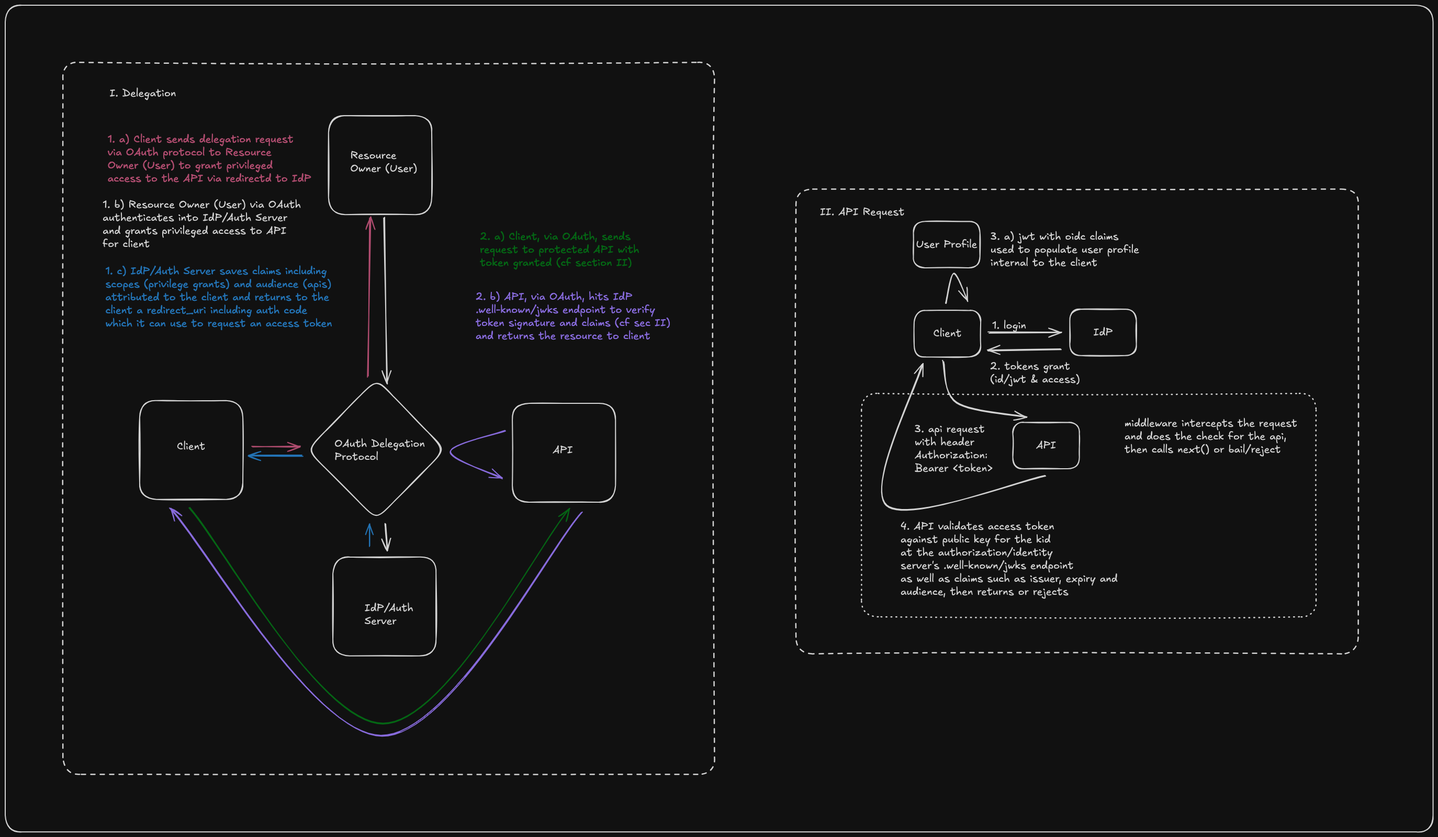
Above: media/oauth.png in bronifty/auth (Excalidraw), before the change. Source tidied: one line per element, renumbered; positions are measured from the earlier drawing's top-left corner, leaving out a move shared by most shapes.
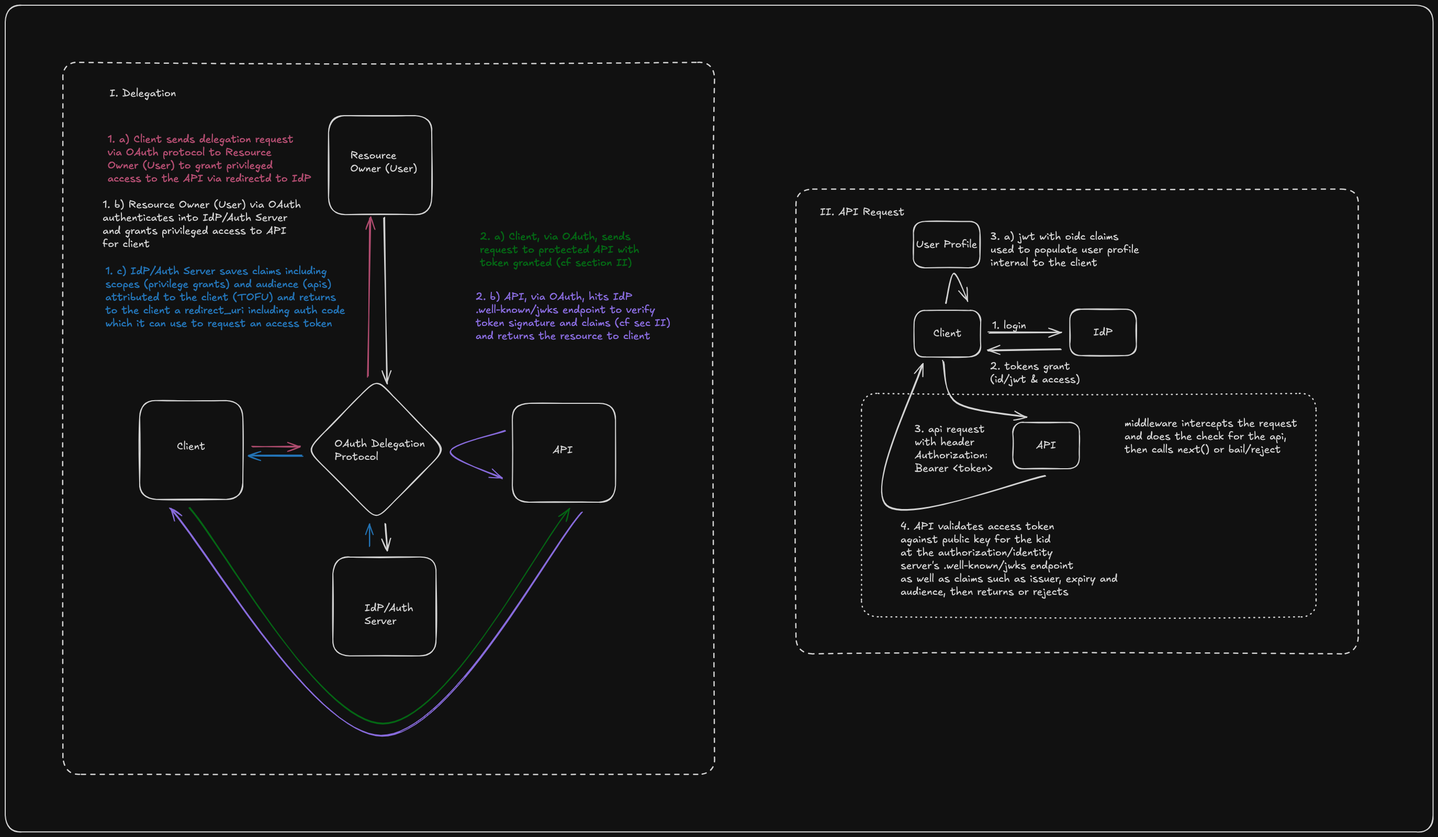
Above is the later version.

Diff of the diagram source:
```diff
@@ -42,7 +42,7 @@
 {"id": 41, "type": "arrow", "strokeColor": "#9775fa", "strokeWidth": 2, "roughness": 1, "endArrowhead": "arrow", "round": true, "from": 27, "to": 23, "x": 1102, "y": 970, "width": 787, "height": 433, "points": [[0, 0], [-383, 426], [-787, -7]]}
 {"id": 42, "type": "text", "text": "1. a) Client sends delegation request\nvia OAuth protocol to Resource\nOwner (User) to grant privileged \naccess to the API via redirectd to IdP", "strokeColor": "#f783ac", "strokeWidth": 2, "roughness": 1, "fontSize": 20, "fontFamily": 5, "x": 196, "y": 245, "width": 389, "height": 100}
 {"id": 43, "type": "text", "text": "1. b) Resource Owner (User) via OAuth\nauthenticates into IdP/Auth Server\nand grants privileged access to API\nfor client", "strokeColor": "#1e1e1e", "strokeWidth": 2, "roughness": 1, "fontSize": 20, "fontFamily": 5, "x": 186, "y": 369, "width": 379, "height": 100}
-{"id": 44, "type": "text", "text": "1. c) IdP/Auth Server saves claims including \nscopes (privilege grants) and audience (apis) \nattributed to the client and returns to the \nclient a redirect_uri including auth code \nwhich it can use to request an access token \n", "strokeColor": "#4dabf7", "strokeWidth": 2, "roughness": 1, "fontSize": 20, "fontFamily": 5, "x": 191, "y": 496, "width": 441, "height": 150}
+{"id": 44, "type": "text", "text": "1. c) IdP/Auth Server saves claims including \nscopes (privilege grants) and audience (apis) \nattributed to the client (TOFU) and returns \nto the client a redirect_uri including auth code \nwhich it can use to request an access token \n", "strokeColor": "#4dabf7", "strokeWidth": 2, "roughness": 1, "fontSize": 20, "fontFamily": 5, "x": 191, "y": 496, "width": 466, "height": 150}
 {"id": 45, "type": "text", "text": "2. a) Client, via OAuth, sends \nrequest to protected API with\ntoken granted (cf section II)", "strokeColor": "#69db7c", "strokeWidth": 2, "roughness": 1, "fontSize": 20, "fontFamily": 5, "x": 907, "y": 431, "width": 304, "height": 75}
 {"id": 46, "type": "text", "text": "2. b) API, via OAuth, hits IdP \n.well-known/jwks endpoint to verify\ntoken signature and claims (cf sec II)\nand returns the resource to client", "strokeColor": "#9775fa", "strokeWidth": 2, "roughness": 1, "fontSize": 20, "fontFamily": 5, "x": 899, "y": 546, "width": 372, "height": 100}
 {"id": 47, "type": "text", "text": "I. Delegation", "strokeColor": "#1e1e1e", "strokeWidth": 2, "roughness": 1, "fontSize": 20, "fontFamily": 5, "x": 199, "y": 157, "width": 127, "height": 25}
```
